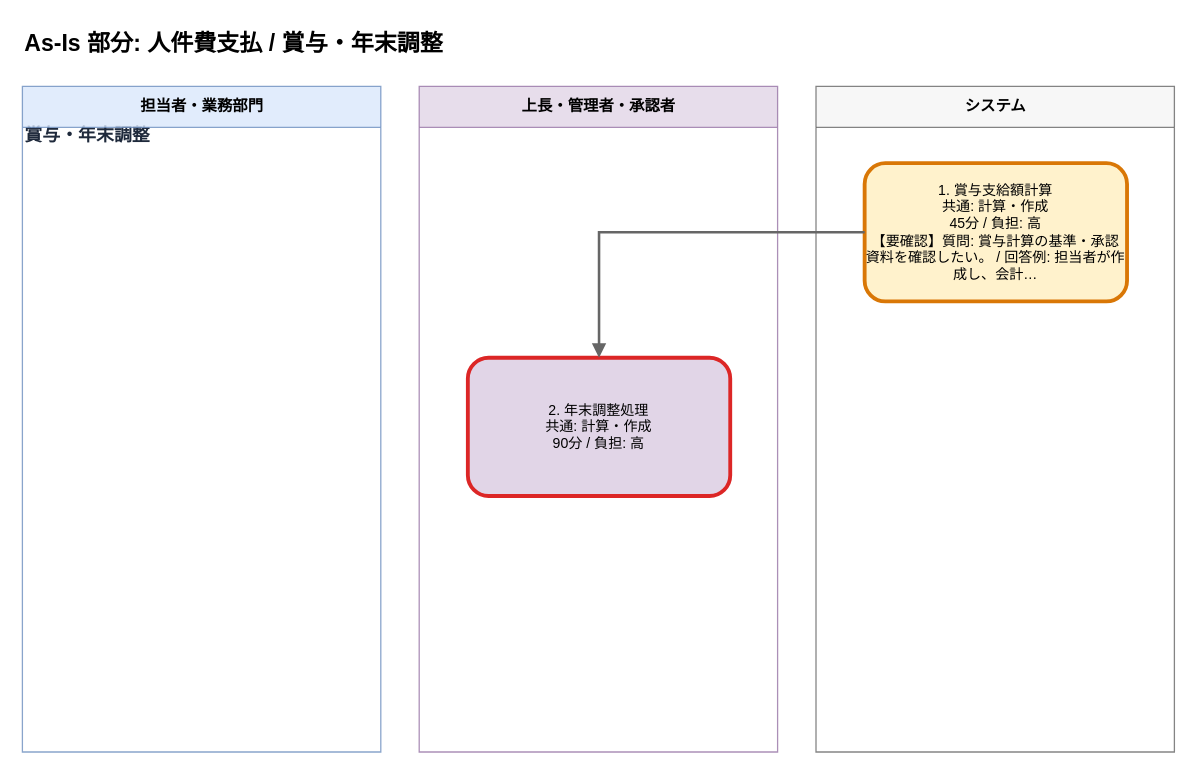
This is output/flows/asis_人件費支払__賞与_年末調整_20260608.drawio from Toshiki811/ai-business-analysis-heatmap, a draw.io file, before an edit. Source tidied: cells renumbered, new cells numbered last; positions are measured from the earlier drawing's top-left corner, leaving out a move shared by most shapes. Both pictures are drawn from the tidied source at 128%, with x=0, y=0 at pixel (22, 22).
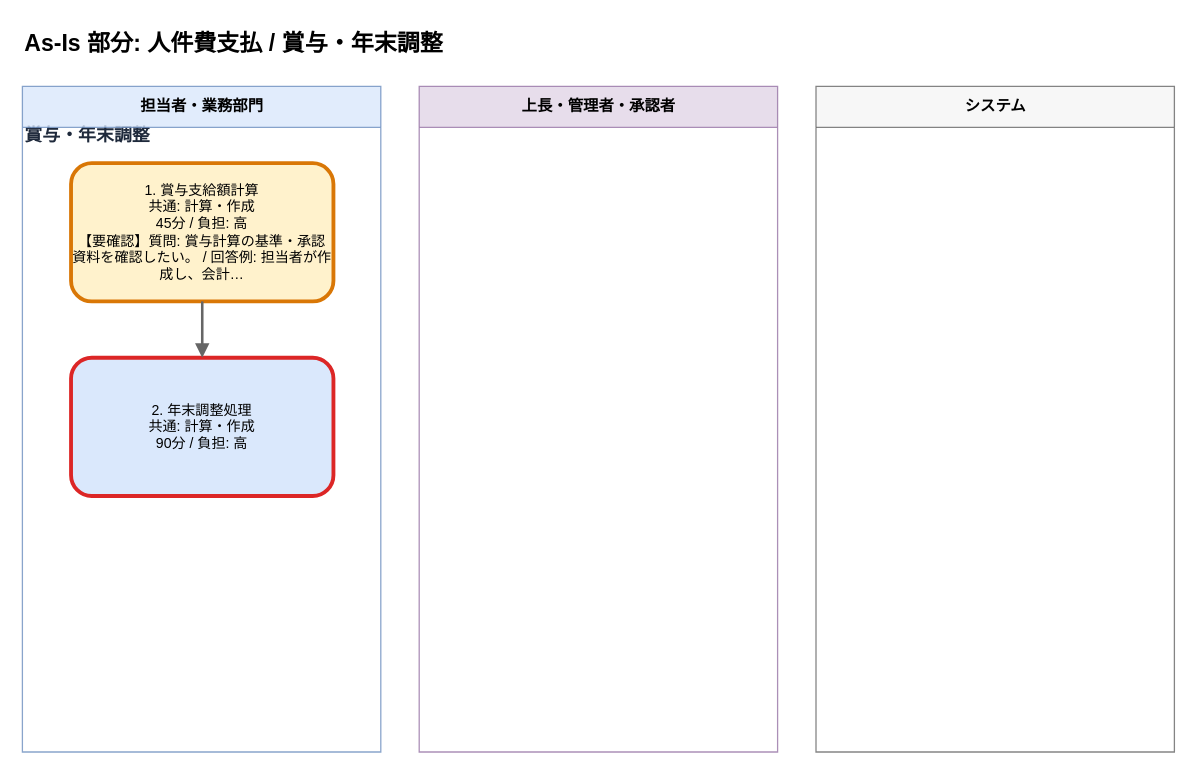
Above is the later version.

What changed in the source:
```diff
@@
 <mxGraphModel>
   <root>
     <mxCell id="0" />
     <mxCell id="1" parent="0" />
     <mxCell id="2" value="賞与・年末調整" style="text;html=1;strokeColor=none;fillColor=none;align=left;verticalAlign=middle;whiteSpace=wrap;fontSize=14;fontStyle=1;fontColor=#1e293b;" parent="1" vertex="1">
       <mxGeometry y="76" width="860" height="24" as="geometry" />
     </mxCell>
     <mxCell id="3" value="As-Is 部分: 人件費支払 / 賞与・年末調整" style="text;html=1;strokeColor=none;fillColor=none;align=left;fontSize=18;fontStyle=1;" parent="1" vertex="1">
       <mxGeometry width="880" height="30" as="geometry" />
     </mxCell>
     <mxCell id="4" value="担当者・業務部門" style="swimlane;horizontal=1;startSize=32;html=1;fillColor=#dae8fc;strokeColor=#6c8ebf;fontSize=12;fontStyle=1;opacity=80;" parent="1" vertex="1">
       <mxGeometry y="50" width="280" height="520" as="geometry" />
     </mxCell>
     <mxCell id="5" value="上長・管理者・承認者" style="swimlane;horizontal=1;startSize=32;html=1;fillColor=#e1d5e7;strokeColor=#9673a6;fontSize=12;fontStyle=1;opacity=80;" parent="1" vertex="1">
       <mxGeometry x="310" y="50" width="280" height="520" as="geometry" />
     </mxCell>
     <mxCell id="6" value="システム" style="swimlane;horizontal=1;startSize=32;html=1;fillColor=#f5f5f5;strokeColor=#666666;fontSize=12;fontStyle=1;opacity=80;" parent="1" vertex="1">
       <mxGeometry x="620" y="50" width="280" height="520" as="geometry" />
     </mxCell>
     <mxCell id="7" value="1. 賞与支給額計算&#10;共通: 計算・作成&#10;45分 / 負担: 高&#10;【要確認】質問: 賞与計算の基準・承認資料を確認したい。 / 回答例: 担当者が作成し、会計…" style="rounded=1;whiteSpace=wrap;html=1;fillColor=#fff2cc;strokeColor=#d97706;strokeWidth=3;fontSize=11;fontColor=#000000;" parent="1" vertex="1">
-      <mxGeometry x="658" y="110" width="205" height="108" as="geometry" />
+      <mxGeometry x="38" y="110" width="205" height="108" as="geometry" />
     </mxCell>
-    <mxCell id="8" value="2. 年末調整処理&#10;共通: 計算・作成&#10;90分 / 負担: 高" style="rounded=1;whiteSpace=wrap;html=1;fillColor=#e1d5e7;strokeColor=#dc2626;strokeWidth=3;fontSize=11;fontColor=#000000;" parent="1" vertex="1">
-      <mxGeometry x="348" y="262" width="205" height="108" as="geometry" />
+    <mxCell id="8" value="2. 年末調整処理&#10;共通: 計算・作成&#10;90分 / 負担: 高" style="rounded=1;whiteSpace=wrap;html=1;fillColor=#dae8fc;strokeColor=#dc2626;strokeWidth=3;fontSize=11;fontColor=#000000;" parent="1" vertex="1">
+      <mxGeometry x="38" y="262" width="205" height="108" as="geometry" />
     </mxCell>
     <mxCell id="9" style="edgeStyle=orthogonalEdgeStyle;rounded=0;html=1;strokeColor=#666666;strokeWidth=2;endArrow=block;endFill=1;fontSize=11;fontColor=#1f2937;" parent="1" edge="1" source="7" target="8">
       <mxGeometry relative="1" as="geometry" />
     </mxCell>
   </root>
 </mxGraphModel>
```
